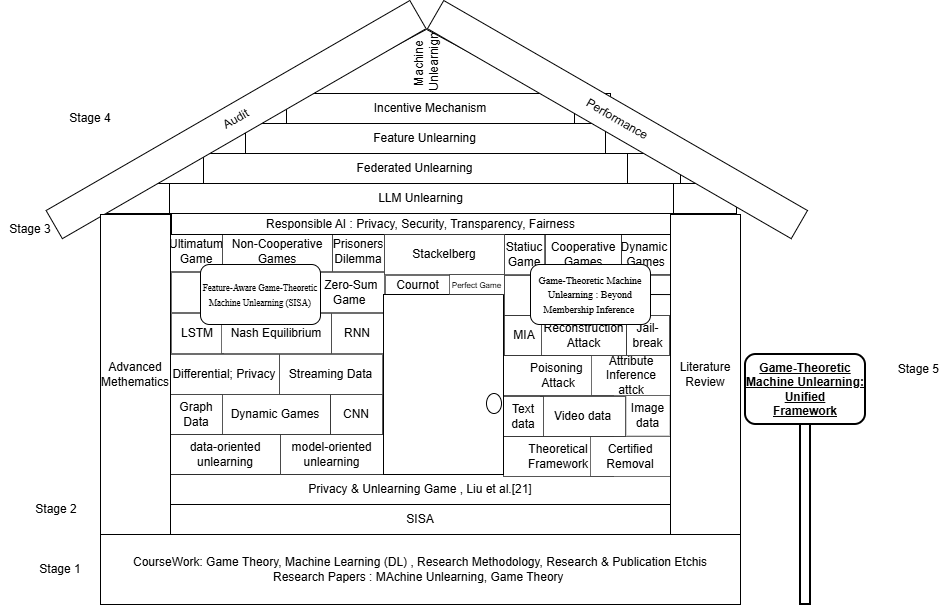
Before: IPAC/Abhishek/MachineUnlearningGameTheory-3.drawio.png, a diagram exported from draw.io (AbhishekHupele/phd-mahe-machine-unlearning). Source tidied: cells renumbered, new cells last; positions are measured from the earlier drawing's top-left corner, leaving out a move shared by most shapes.
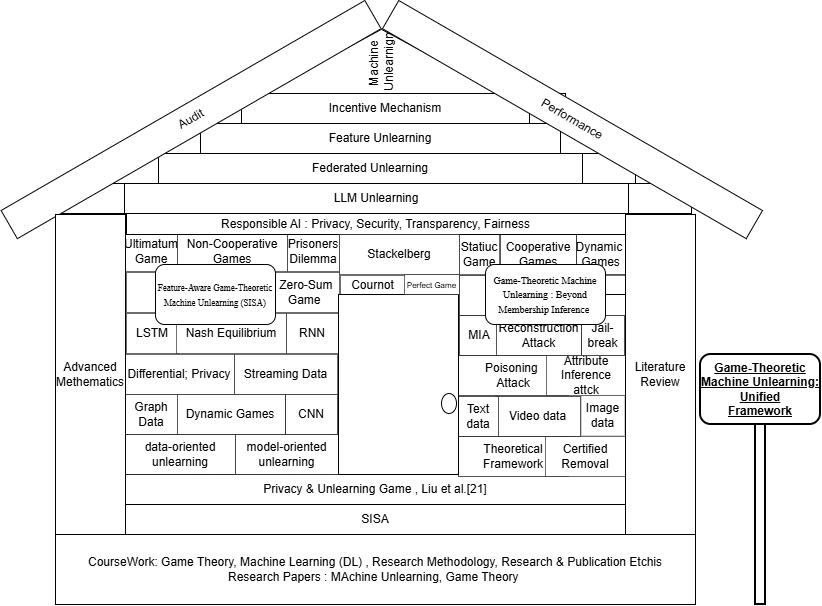
The same file after the commit.

What changed in the source:
```diff
@@ -56,9 +56,6 @@
     <mxCell id="19" value="CourseWork: Game Theory, Machine Learning (DL) , Research Methodology, Research &amp;amp; Publication Etchis&lt;br&gt;Research Papers : MAchine Unlearning, Game Theory&amp;nbsp;" style="rounded=0;whiteSpace=wrap;html=1;" parent="1" vertex="1">
       <mxGeometry x="100" y="595" width="640" height="70" as="geometry" />
     </mxCell>
-    <mxCell id="20" value="Stage 1" style="text;html=1;whiteSpace=wrap;strokeColor=none;fillColor=none;align=center;verticalAlign=middle;rounded=0;" parent="1" vertex="1">
-      <mxGeometry x="30" y="615" width="60" height="30" as="geometry" />
-    </mxCell>
     <mxCell id="21" value="SISA" style="rounded=0;whiteSpace=wrap;html=1;" parent="1" vertex="1">
       <mxGeometry x="170" y="565" width="500" height="30" as="geometry" />
     </mxCell>
@@ -71,9 +68,6 @@
     <mxCell id="24" value="&lt;span style=&quot;line-height: 107%;&quot;&gt;&lt;font&gt;&lt;b&gt;&lt;u&gt;Game-Theoretic Machine Unlearning: Unified&lt;br&gt;Framework&lt;/u&gt;&lt;/b&gt;&lt;/font&gt;&lt;/span&gt;" style="rounded=1;whiteSpace=wrap;html=1;strokeWidth=2;" parent="1" vertex="1">
       <mxGeometry x="745" y="415" width="120" height="70" as="geometry" />
     </mxCell>
-    <mxCell id="25" value="Stage 2" style="text;html=1;whiteSpace=wrap;strokeColor=none;fillColor=none;align=center;verticalAlign=middle;rounded=0;" parent="1" vertex="1">
-      <mxGeometry x="25.6" y="555" width="60" height="30" as="geometry" />
-    </mxCell>
     <mxCell id="26" value="Audit" style="rounded=0;whiteSpace=wrap;html=1;rotation=-30;" parent="1" vertex="1">
       <mxGeometry x="25.6" y="163.8" width="420" height="32.5" as="geometry" />
     </mxCell>
@@ -86,15 +80,6 @@
     <mxCell id="29" value="&lt;span lang=&quot;EN-US&quot; style=&quot;font-family: &amp;quot;Times New Roman&amp;quot;, serif;&quot;&gt;&lt;font style=&quot;font-size: 10px;&quot;&gt;Game-Theoretic Machine Unlearning : Beyond&lt;br&gt;Membership Inference&amp;nbsp;&lt;/font&gt;&lt;/span&gt;" style="rounded=1;whiteSpace=wrap;html=1;" parent="1" vertex="1">
       <mxGeometry x="530" y="325" width="120" height="60" as="geometry" />
     </mxCell>
-    <mxCell id="30" value="Stage 4" style="text;html=1;whiteSpace=wrap;strokeColor=none;fillColor=none;align=center;verticalAlign=middle;rounded=0;" parent="1" vertex="1">
-      <mxGeometry x="60" y="163.8" width="60" height="30" as="geometry" />
-    </mxCell>
-    <mxCell id="31" value="Stage 3" style="text;html=1;whiteSpace=wrap;strokeColor=none;fillColor=none;align=center;verticalAlign=middle;rounded=0;" parent="1" vertex="1">
-      <mxGeometry y="275" width="60" height="30" as="geometry" />
-    </mxCell>
-    <mxCell id="32" value="Stage 5&amp;nbsp;" style="text;html=1;whiteSpace=wrap;strokeColor=none;fillColor=none;align=center;verticalAlign=middle;rounded=0;" parent="1" vertex="1">
-      <mxGeometry x="890" y="415" width="60" height="30" as="geometry" />
-    </mxCell>
     <mxCell id="33" value="data-oriented unlearning" style="rounded=0;whiteSpace=wrap;html=1;strokeWidth=0.5;" parent="1" vertex="1">
       <mxGeometry x="170" y="495" width="110" height="40" as="geometry" />
     </mxCell>
```
